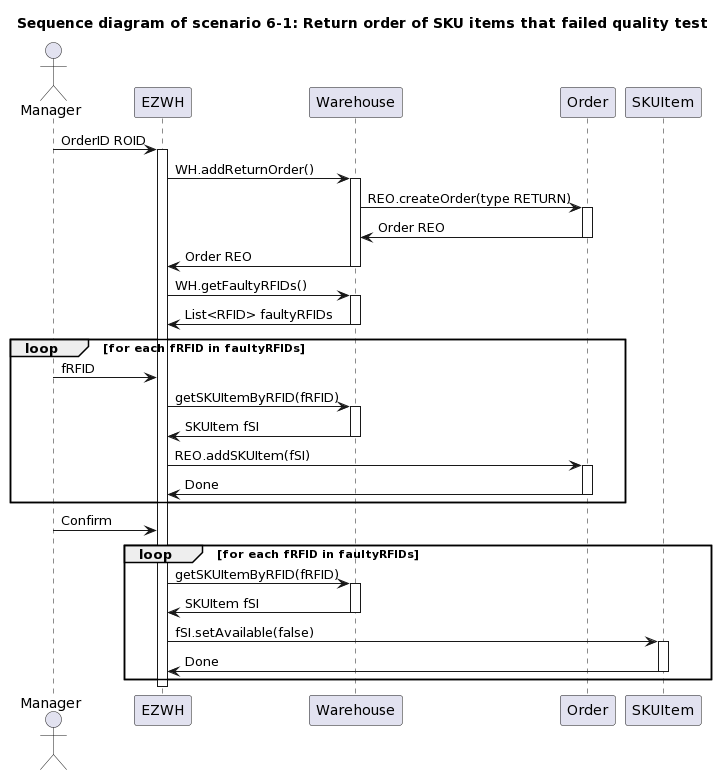
dscre99/EzWh keeps this PlantUML diagram as SequenceDiagram/scenario6_1.png. Above is the earlier version.
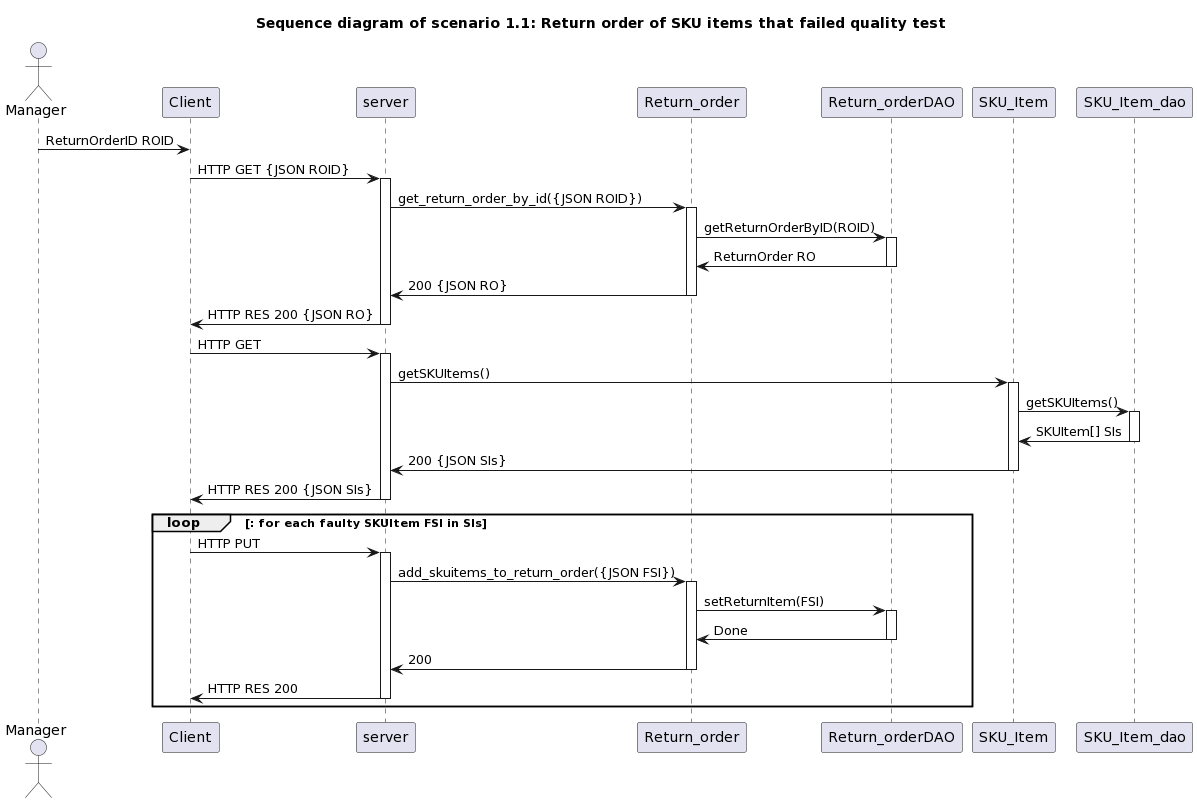
The same file after the commit.

Commit message:
Update: Updated Sequence Diagrams for Scenario 2-1, 3-1, 4-1, 4-3, 5-1-1, 	6-1, 7-1, 9-1, 9-2, and 9-3 in DesignDocument.md

What changed in the source:
```diff
@@ -1,48 +1,59 @@
 @startuml
-title " Sequence diagram of scenario 6-1: Return order of SKU items that failed quality test"
+title " Sequence diagram of scenario 1.1: Return order of SKU items that failed quality test"
 
 
 actor Manager
-Manager -> EZWH : OrderID ROID
-activate EZWH
 
-EZWH -> Warehouse : WH.addReturnOrder()
-activate Warehouse
-Warehouse -> Order : REO.createOrder(type RETURN)
-activate Order
-Warehouse <- Order : Order REO
-deactivate Order
-EZWH <- Warehouse :  Order REO
-deactivate Warehouse
+Manager -> Client : ReturnOrderID ROID
 
-EZWH -> Warehouse : WH.getFaultyRFIDs()
-activate Warehouse
-EZWH <- Warehouse : List<RFID> faultyRFIDs
-deactivate Warehouse
+Client -> server : HTTP GET {JSON ROID}
+activate server
 
-loop for each fRFID in faultyRFIDs
-Manager -> EZWH : fRFID
-EZWH -> Warehouse : getSKUItemByRFID(fRFID)
-activate Warehouse
-EZWH <- Warehouse : SKUItem fSI
-deactivate Warehouse
-EZWH -> Order : REO.addSKUItem(fSI)
-activate Order
-EZWH <- Order : Done
-deactivate Order
+server -> Return_order : get_return_order_by_id({JSON ROID})
+activate Return_order
+Return_order -> Return_orderDAO : getReturnOrderByID(ROID)
+activate Return_orderDAO
+Return_order <- Return_orderDAO : ReturnOrder RO
+deactivate Return_orderDAO
+server <- Return_order : 200 {JSON RO}
+deactivate Return_order
+
+Client <- server : HTTP RES 200 {JSON RO}
+deactivate server
+
+Client -> server : HTTP GET
+activate server
+
+server -> SKU_Item : getSKUItems()
+activate SKU_Item
+SKU_Item -> SKU_Item_dao : getSKUItems()
+activate SKU_Item_dao
+SKU_Item <- SKU_Item_dao : SKUItem[] SIs
+deactivate SKU_Item_dao
+server <- SKU_Item : 200 {JSON SIs}
+deactivate SKU_Item
+
+Client <- server : HTTP RES 200 {JSON SIs}
+deactivate server
+
+loop : for each faulty SKUItem FSI in SIs
+
+Client -> server : HTTP PUT
+activate server
+
+server -> Return_order : add_skuitems_to_return_order({JSON FSI})
+activate Return_order
+Return_order -> Return_orderDAO : setReturnItem(FSI)
+activate Return_orderDAO
+Return_order <- Return_orderDAO : Done
+deactivate Return_orderDAO
+server <- Return_order : 200
+deactivate Return_order
+
+Client <- server : HTTP RES 200
+deactivate server
+
 end loop
 
-Manager -> EZWH : Confirm
-loop for each fRFID in faultyRFIDs
-EZWH -> Warehouse : getSKUItemByRFID(fRFID)
-activate Warehouse
-EZWH <- Warehouse : SKUItem fSI
-deactivate Warehouse
-EZWH -> SKUItem : fSI.setAvailable(false)
-activate SKUItem
-EZWH <- SKUItem : Done
-deactivate SKUItem
-end loop
-
-deactivate EZWH
+deactivate Client
 @enduml
```
